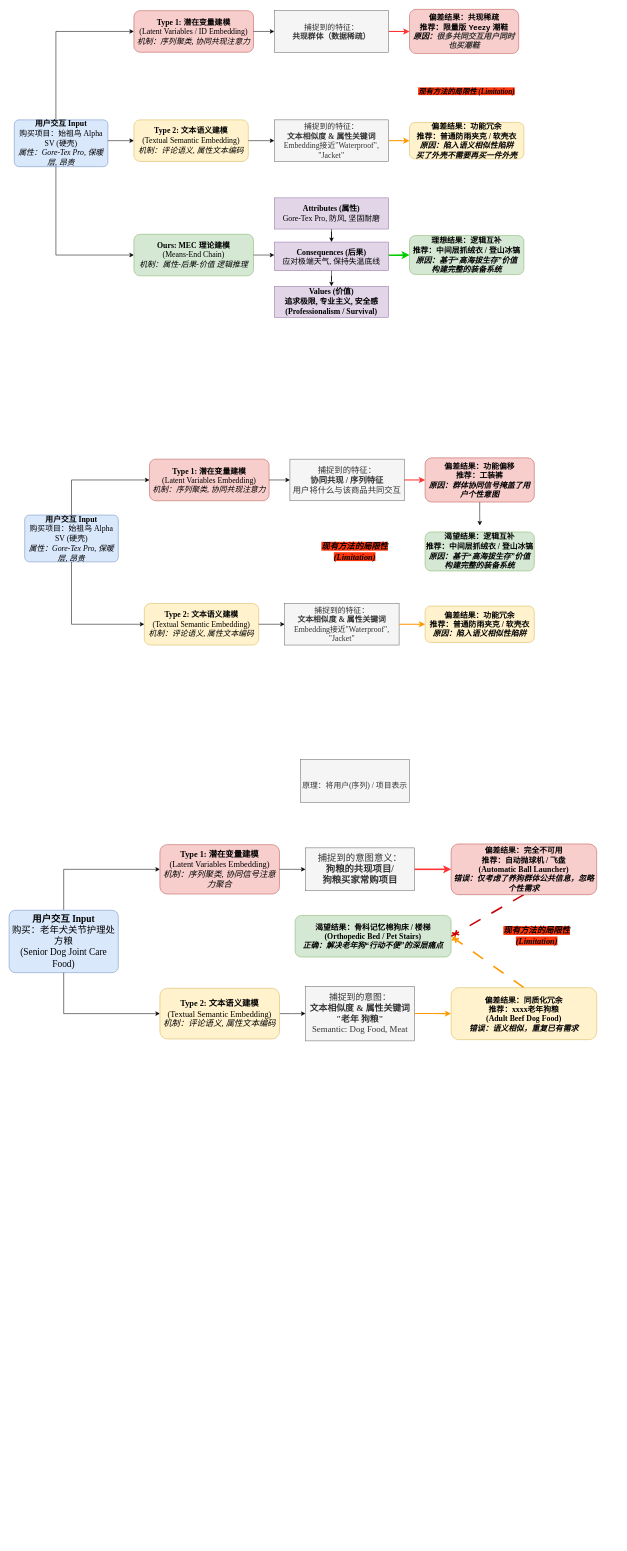
Before: IntentRS/introduction.drawio in ClongPang/draw.io.storages, a draw.io diagram. Source tidied: cells renumbered, new cells numbered last; positions are measured from the earlier drawing's top-left corner, leaving out a move shared by most shapes. Both pictures are drawn from the tidied source at 52%, with x=0, y=0 at pixel (9, 9).
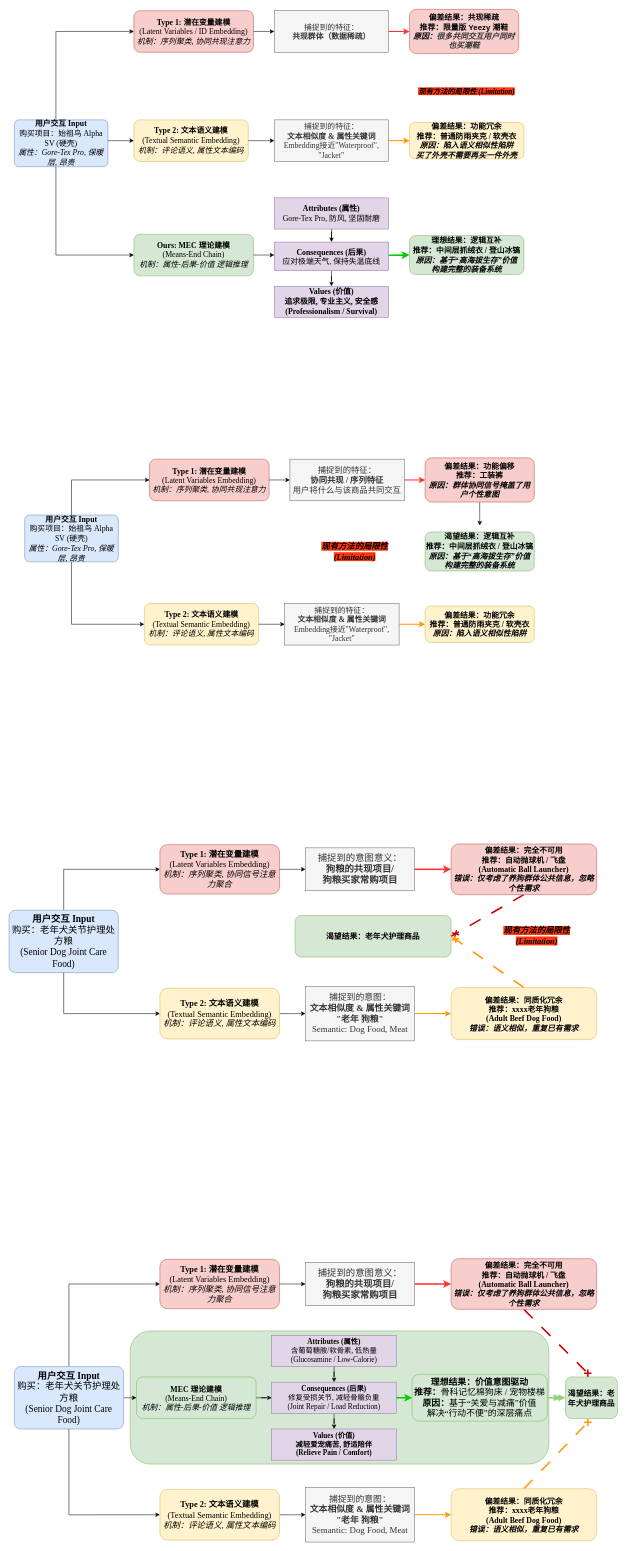
The same diagram, later.

Change to the diagram source:
```diff
@@
+    <mxCell id="60" style="rounded=1;whiteSpace=wrap;html=1;fillColor=#d5e8d4;strokeColor=#82b366;" parent="1" vertex="1">
+      <mxGeometry x="233" y="2541" width="805" height="256" as="geometry" />
+    </mxCell>
@@
-    <mxCell id="55" value="&lt;font face=&quot;Times New Roman&quot; style=&quot;font-size: 15px;&quot;&gt;&lt;b style=&quot;&quot;&gt;渴望结果：&lt;/b&gt;骨科记忆棉狗床 / 楼梯&lt;br&gt;(Orthopedic Bed / Pet Stairs)&lt;br&gt;&lt;i style=&quot;&quot;&gt;正确：解决老年狗“行动不便”的深层痛点&lt;/i&gt;&lt;/font&gt;" style="rounded=1;whiteSpace=wrap;html=1;fillColor=#d5e8d4;strokeColor=#82b366;fontStyle=1;" parent="1" vertex="1">
+    <mxCell id="55" value="&lt;font face=&quot;Times New Roman&quot; style=&quot;font-size: 15px;&quot;&gt;&lt;b style=&quot;&quot;&gt;渴望结果：老年犬护理商品&lt;/b&gt;&lt;br&gt;&lt;/font&gt;" style="rounded=1;whiteSpace=wrap;html=1;fillColor=#d5e8d4;strokeColor=#82b366;fontStyle=1;" parent="1" vertex="1">
       <mxGeometry x="550" y="1742" width="300" height="80" as="geometry" />
     </mxCell>
@@
-    <mxCell id="58" value="&lt;div&gt;&lt;font style=&quot;font-size: 15px;&quot; face=&quot;Times New Roman&quot;&gt;&lt;br&gt;&lt;/font&gt;&lt;/div&gt;&lt;font style=&quot;font-size: 15px;&quot; face=&quot;Times New Roman&quot;&gt;&lt;span style=&quot;background-color: transparent; color: light-dark(rgb(51, 51, 51), rgb(193, 193, 193));&quot;&gt;原理：将用户(序列) / 项目表示&lt;br&gt;&lt;/span&gt;&lt;/font&gt;" style="rounded=0;whiteSpace=wrap;html=1;fillColor=#f5f5f5;fontColor=#333333;strokeColor=#666666;" parent="1" vertex="1">
-      <mxGeometry x="560" y="1442" width="210" height="82.5" as="geometry" />
-    </mxCell>
@@
+    <mxCell id="61" style="edgeStyle=orthogonalEdgeStyle;rounded=0;jettySize=auto;html=1;exitX=0.5;exitY=0;exitDx=0;exitDy=0;entryX=0;entryY=0.5;entryDx=0;entryDy=0;" parent="1" edge="1" source="63" target="64">
+      <mxGeometry relative="1" as="geometry" />
+    </mxCell>
+    <mxCell id="62" style="edgeStyle=orthogonalEdgeStyle;rounded=0;jettySize=auto;html=1;exitX=1;exitY=0.5;exitDx=0;exitDy=0;entryX=0;entryY=0.5;entryDx=0;entryDy=0;" parent="1" edge="1" source="63" target="78">
+      <mxGeometry relative="1" as="geometry" />
+    </mxCell>
+    <mxCell id="63" value="&lt;font face=&quot;Times New Roman&quot; style=&quot;font-size: 18px;&quot;&gt;&lt;b style=&quot;&quot;&gt;用户交互 Input&lt;/b&gt;&lt;br&gt;购买：老年犬关节护理处方粮&lt;br&gt;(Senior Dog Joint Care Food)&lt;/font&gt;" style="rounded=1;whiteSpace=wrap;html=1;fillColor=#dae8fc;strokeColor=#6c8ebf;arcSize=10;fontStyle=0;fontSize=14;" parent="1" vertex="1">
+      <mxGeometry x="10" y="2609.5" width="210" height="120" as="geometry" />
+    </mxCell>
+    <mxCell id="64" value="&lt;font face=&quot;Times New Roman&quot; style=&quot;font-size: 16px;&quot;&gt;&lt;b style=&quot;&quot;&gt;Type 1: 潜在变量建模&lt;/b&gt;&lt;br&gt;(Latent Variables Embedding)&lt;br style=&quot;&quot;&gt;&lt;i style=&quot;&quot;&gt;机制：序列聚类, 协同信号注意力聚合&lt;/i&gt;&lt;/font&gt;" style="rounded=1;whiteSpace=wrap;html=1;fillColor=#f8cecc;strokeColor=#b85450;" parent="1" vertex="1">
+      <mxGeometry x="290" y="2403.2" width="230" height="95" as="geometry" />
+    </mxCell>
+    <mxCell id="65" style="edgeStyle=orthogonalEdgeStyle;rounded=0;jettySize=auto;html=1;entryX=0;entryY=0.5;entryDx=0;entryDy=0;exitX=0.5;exitY=1;exitDx=0;exitDy=0;" parent="1" edge="1" source="63" target="77">
+      <mxGeometry relative="1" as="geometry" />
+    </mxCell>
+    <mxCell id="66" style="edgeStyle=orthogonalEdgeStyle;rounded=0;jettySize=auto;html=1;" parent="1" edge="1" source="64" target="67">
+      <mxGeometry relative="1" as="geometry" />
+    </mxCell>
+    <mxCell id="67" value="&lt;div&gt;&lt;span style=&quot;font-family: &amp;quot;Times New Roman&amp;quot;; background-color: transparent; color: light-dark(rgb(51, 51, 51), rgb(193, 193, 193));&quot;&gt;&lt;font style=&quot;font-size: 18px;&quot;&gt;捕捉到的意图意义：&lt;/font&gt;&lt;/span&gt;&lt;/div&gt;&lt;font style=&quot;font-size: 18px;&quot; face=&quot;Times New Roman&quot;&gt;&lt;b style=&quot;&quot;&gt;狗粮的共现项目/&lt;/b&gt;&lt;/font&gt;&lt;div&gt;&lt;font style=&quot;font-size: 18px;&quot; face=&quot;Times New Roman&quot;&gt;&lt;b style=&quot;&quot;&gt;狗粮买家常购项目&lt;/b&gt;&lt;/font&gt;&lt;/div&gt;" style="rounded=0;whiteSpace=wrap;html=1;fillColor=#f5f5f5;fontColor=#333333;strokeColor=#666666;" parent="1" vertex="1">
+      <mxGeometry x="570" y="2409.5" width="210" height="82.5" as="geometry" />
+    </mxCell>
+    <mxCell id="68" style="edgeStyle=orthogonalEdgeStyle;rounded=0;jettySize=auto;html=1;strokeWidth=3;strokeColor=#FF3333;" parent="1" edge="1" source="67" target="70">
+      <mxGeometry relative="1" as="geometry" />
+    </mxCell>
+    <mxCell id="69" style="rounded=0;jettySize=auto;html=1;exitX=0.5;exitY=1;exitDx=0;exitDy=0;entryX=0.5;entryY=0;entryDx=0;entryDy=0;strokeWidth=3;strokeColor=#CC0000;dashed=1;dashPattern=8 8;endArrow=cross;endFill=0;" parent="1" edge="1" source="70" target="75">
+      <mxGeometry relative="1" as="geometry" />
+    </mxCell>
+    <mxCell id="70" value="&lt;font face=&quot;Times New Roman&quot; style=&quot;font-size: 15px;&quot;&gt;&lt;b style=&quot;&quot;&gt;偏差结果：完全不可用&lt;/b&gt;&lt;br&gt;推荐：自动抛球机 / 飞盘&lt;br&gt;(Automatic Ball Launcher)&lt;br&gt;&lt;i style=&quot;&quot;&gt;错误：仅考虑了养狗群体公共信息，忽略个性需求&lt;/i&gt;&lt;/font&gt;" style="rounded=1;whiteSpace=wrap;html=1;fillColor=#f8cecc;strokeColor=#b85450;fontStyle=1;" parent="1" vertex="1">
+      <mxGeometry x="850" y="2402" width="280" height="97.5" as="geometry" />
+    </mxCell>
+    <mxCell id="71" value="&lt;font style=&quot;font-size: 17px;&quot;&gt;捕捉到的意图：&lt;br&gt;&lt;b style=&quot;&quot;&gt;文本相似度 &amp;amp; 属性关键词&lt;/b&gt;&lt;/font&gt;&lt;div&gt;&lt;font style=&quot;font-size: 17px;&quot;&gt;&lt;b style=&quot;&quot;&gt;&quot;老年 狗粮&quot;&lt;/b&gt;&lt;br&gt;Semantic: Dog Food, Meat&lt;/font&gt;&lt;/div&gt;" style="rounded=0;whiteSpace=wrap;html=1;fillColor=#f5f5f5;fontColor=#333333;strokeColor=#666666;fontFamily=Times New Roman;fontSize=13;" parent="1" vertex="1">
+      <mxGeometry x="570" y="2842" width="210" height="105" as="geometry" />
+    </mxCell>
+    <mxCell id="72" style="edgeStyle=orthogonalEdgeStyle;rounded=0;jettySize=auto;html=1;strokeWidth=2;strokeColor=#FF9900;" parent="1" edge="1" source="71" target="74">
+      <mxGeometry relative="1" as="geometry" />
+    </mxCell>
+    <mxCell id="73" style="rounded=0;jettySize=auto;html=1;exitX=0.5;exitY=0;exitDx=0;exitDy=0;strokeWidth=3;strokeColor=light-dark(#ff9900, #ededed);dashed=1;dashPattern=8 8;endArrow=cross;endFill=0;entryX=0.5;entryY=1;entryDx=0;entryDy=0;" parent="1" edge="1" source="74" target="75">
+      <mxGeometry relative="1" as="geometry" />
+    </mxCell>
+    <mxCell id="74" value="&lt;font face=&quot;Times New Roman&quot; style=&quot;font-size: 15px;&quot;&gt;&lt;b style=&quot;&quot;&gt;偏差结果：同质化冗余&lt;/b&gt;&lt;br&gt;推荐：xxxx老年狗粮&lt;br&gt;(Adult Beef Dog Food)&lt;br&gt;&lt;i style=&quot;&quot;&gt;错误：语义相似，重复已有需求&lt;/i&gt;&lt;/font&gt;" style="rounded=1;whiteSpace=wrap;html=1;fillColor=#fff2cc;strokeColor=#d6b656;fontStyle=1;" parent="1" vertex="1">
+      <mxGeometry x="850" y="2844.5" width="280" height="100" as="geometry" />
+    </mxCell>
+    <mxCell id="75" value="&lt;b style=&quot;font-family: &amp;quot;Times New Roman&amp;quot;; font-size: 15px;&quot;&gt;渴望结果：老年犬护理商品&lt;/b&gt;" style="rounded=1;whiteSpace=wrap;html=1;fillColor=#d5e8d4;strokeColor=#82b366;fontStyle=1;" parent="1" vertex="1">
+      <mxGeometry x="1070" y="2629.5" width="100" height="80" as="geometry" />
+    </mxCell>
+    <mxCell id="76" style="edgeStyle=orthogonalEdgeStyle;rounded=0;jettySize=auto;html=1;exitX=1;exitY=0.5;exitDx=0;exitDy=0;entryX=0;entryY=0.5;entryDx=0;entryDy=0;" parent="1" edge="1" source="77" target="71">
+      <mxGeometry relative="1" as="geometry" />
+    </mxCell>
+    <mxCell id="77" value="&lt;font style=&quot;font-size: 16px;&quot;&gt;&lt;b style=&quot;&quot;&gt;Type 2: 文本语义建模&lt;/b&gt;&lt;br&gt;(Textual Semantic Embedding)&lt;br&gt;&lt;i style=&quot;&quot;&gt;机制：评论语义, 属性文本编码&lt;/i&gt;&lt;/font&gt;" style="rounded=1;whiteSpace=wrap;html=1;fillColor=#fff2cc;strokeColor=#d6b656;fontFamily=Times New Roman;fontSize=14;" parent="1" vertex="1">
+      <mxGeometry x="290" y="2845.8" width="230" height="97.5" as="geometry" />
+    </mxCell>
+    <mxCell id="78" value="&lt;font face=&quot;Times New Roman&quot; style=&quot;font-size: 15px;&quot;&gt;&lt;b style=&quot;&quot;&gt;MEC 理论建模&lt;/b&gt;&lt;br&gt;(Means-End Chain)&lt;br&gt;&lt;i style=&quot;&quot;&gt;机制：属性-后果-价值 逻辑推理&lt;/i&gt;&lt;/font&gt;" style="rounded=1;whiteSpace=wrap;html=1;fillColor=#d5e8d4;strokeColor=#82b366;align=center;verticalAlign=middle;" parent="1" vertex="1">
+      <mxGeometry x="245" y="2629.5" width="230" height="80" as="geometry" />
+    </mxCell>
+    <mxCell id="79" value="&lt;font face=&quot;Times New Roman&quot; style=&quot;font-size: 14px;&quot;&gt;&lt;b style=&quot;&quot;&gt;Attributes (属性)&lt;/b&gt;&lt;br&gt;含葡萄糖胺/软骨素, 低热量&lt;br&gt;(Glucosamine / Low-Calorie)&lt;/font&gt;" style="rounded=0;whiteSpace=wrap;html=1;fillColor=#e1d5e7;strokeColor=#9673a6;align=center;verticalAlign=middle;" parent="1" vertex="1">
+      <mxGeometry x="505" y="2549.5" width="240" height="60" as="geometry" />
+    </mxCell>
+    <mxCell id="80" style="edgeStyle=orthogonalEdgeStyle;rounded=0;jettySize=auto;html=1;exitX=0.5;exitY=1;exitDx=0;exitDy=0;" parent="1" edge="1" source="81" target="82">
+      <mxGeometry relative="1" as="geometry" />
+    </mxCell>
+    <mxCell id="81" value="&lt;b&gt;Consequences (后果)&lt;/b&gt;&lt;br&gt;修复受损关节, 减轻骨骼负重&lt;br&gt;(Joint Repair / Load Reduction)" style="rounded=0;whiteSpace=wrap;html=1;fillColor=#e1d5e7;strokeColor=#9673a6;align=center;verticalAlign=middle;fontFamily=Times New Roman;fontSize=14;" parent="1" vertex="1">
+      <mxGeometry x="505" y="2639.5" width="240" height="60" as="geometry" />
+    </mxCell>
+    <mxCell id="82" value="&lt;b&gt;Values (价值)&lt;/b&gt;&lt;br&gt;减轻爱宠痛苦, 舒适陪伴&lt;br&gt;(Relieve Pain / Comfort)" style="rounded=0;whiteSpace=wrap;html=1;fillColor=#e1d5e7;strokeColor=#9673a6;align=center;verticalAlign=middle;fontStyle=1;fontFamily=Times New Roman;fontSize=14;" parent="1" vertex="1">
+      <mxGeometry x="505" y="2729.5" width="240" height="60" as="geometry" />
+    </mxCell>
+    <mxCell id="83" style="edgeStyle=orthogonalEdgeStyle;rounded=0;jettySize=auto;html=1;exitX=1;exitY=0.5;exitDx=0;exitDy=0;entryX=0;entryY=0.5;entryDx=0;entryDy=0;endArrow=doubleBlock;endFill=1;strokeWidth=3;strokeColor=#97D077;" parent="1" edge="1" source="84" target="75">
+      <mxGeometry relative="1" as="geometry" />
+    </mxCell>
+    <mxCell id="84" value="&lt;font face=&quot;Times New Roman&quot; style=&quot;font-size: 17px;&quot;&gt;&lt;b style=&quot;&quot;&gt;理想结果：价值意图驱动&lt;/b&gt;&lt;br&gt;&lt;b style=&quot;&quot;&gt;推荐：&lt;/b&gt;骨科记忆棉狗床 / 宠物楼梯&lt;br&gt;&lt;b style=&quot;&quot;&gt;原因：&lt;/b&gt;基于“关爱与减痛”价值&lt;br&gt;解决“行动不便”的深层痛点&lt;/font&gt;" style="rounded=1;whiteSpace=wrap;html=1;fillColor=#d5e8d4;strokeColor=#82b366;align=center;verticalAlign=middle;fontFamily=Times New Roman;fontSize=14;" parent="1" vertex="1">
+      <mxGeometry x="775" y="2624.5" width="260" height="90" as="geometry" />
+    </mxCell>
+    <mxCell id="85" style="edgeStyle=orthogonalEdgeStyle;rounded=0;jettySize=auto;html=1;" parent="1" edge="1" source="78" target="81">
+      <mxGeometry relative="1" as="geometry" />
+    </mxCell>
+    <mxCell id="86" style="edgeStyle=orthogonalEdgeStyle;rounded=0;jettySize=auto;html=1;" parent="1" edge="1" source="79" target="81">
+      <mxGeometry relative="1" as="geometry" />
+    </mxCell>
+    <mxCell id="87" style="edgeStyle=orthogonalEdgeStyle;rounded=0;jettySize=auto;html=1;strokeWidth=3;strokeColor=#00CC00;" parent="1" edge="1" source="81" target="84">
+      <mxGeometry relative="1" as="geometry" />
+    </mxCell>
```
